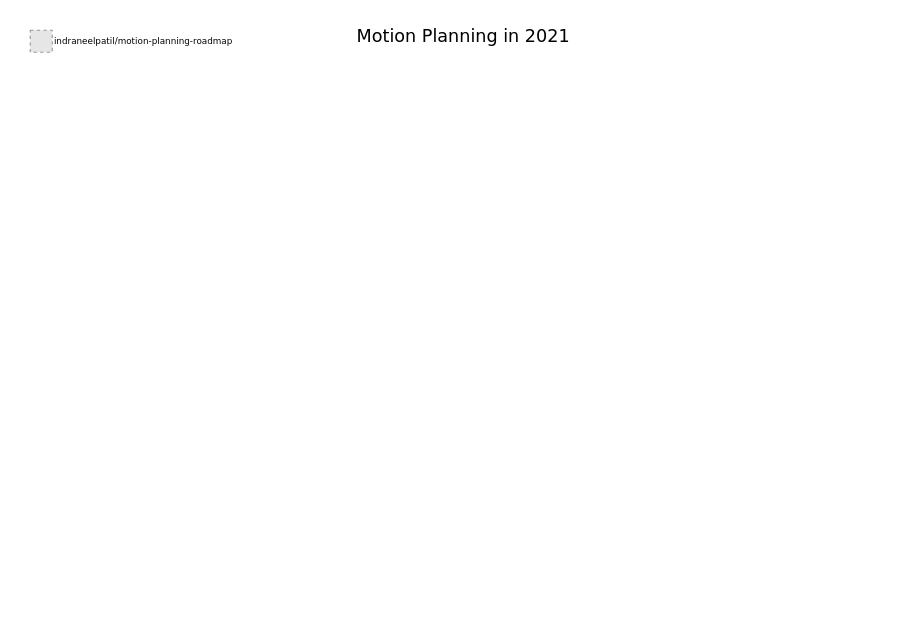
Before: Untitled Diagram.drawio in indraneelpatil/motion-planning-roadmap, a draw.io diagram. Source tidied: cells renumbered, new cells numbered last; positions are measured from the earlier drawing's top-left corner, leaving out a move shared by most shapes. Both pictures are drawn from the tidied source at 110%, with x=0, y=0 at pixel (30, 19). Pictures stored in the file or linked from it are replaced by grey dashed boxes.
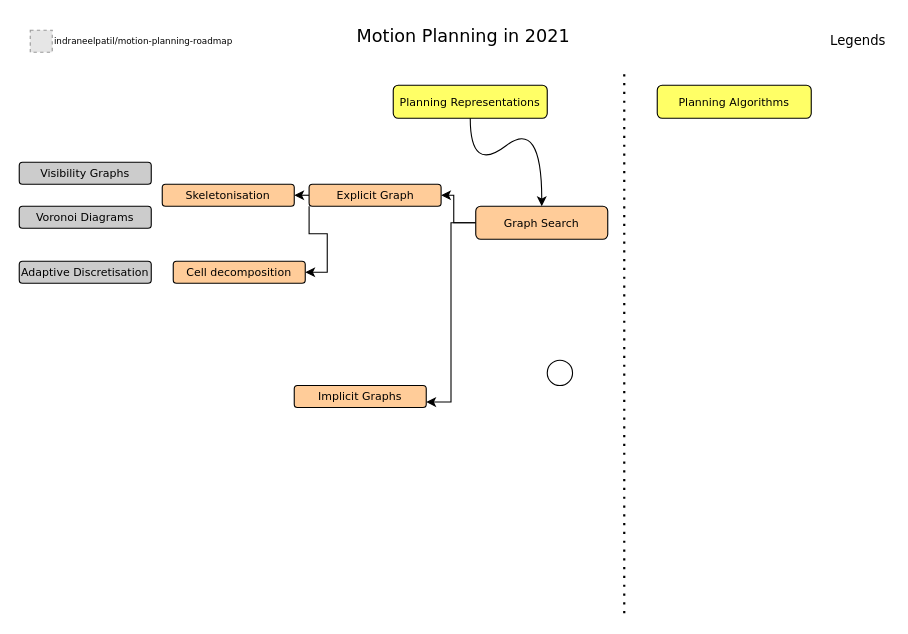
The same page after the edit.

The edit, as a diff of the source:
```diff
@@
+    <mxCell id="5" value="Legends" style="text;html=1;strokeColor=none;fillColor=none;align=right;verticalAlign=middle;whiteSpace=wrap;rounded=0;comic=0;fontFamily=Verdana;fontSize=12;" parent="1" vertex="1">
+      <mxGeometry x="700" y="10" width="80" height="20" as="geometry" />
+    </mxCell>
+    <mxCell id="6" value="Planning Representations" style="rounded=1;whiteSpace=wrap;html=1;comic=0;fontFamily=Verdana;fontSize=10;fillColor=#FFFF66;" parent="1" vertex="1">
+      <mxGeometry x="330" y="60" width="140" height="30" as="geometry" />
+    </mxCell>
+    <mxCell id="7" style="edgeStyle=orthogonalEdgeStyle;rounded=0;jettySize=auto;html=1;" parent="1" edge="1" source="9" target="14">
+      <mxGeometry relative="1" as="geometry" />
+    </mxCell>
+    <mxCell id="8" style="edgeStyle=orthogonalEdgeStyle;rounded=0;jettySize=auto;html=1;entryX=1;entryY=0.75;entryDx=0;entryDy=0;" parent="1" edge="1" source="9" target="15">
+      <mxGeometry relative="1" as="geometry" />
+    </mxCell>
+    <mxCell id="9" value="Graph Search" style="rounded=1;whiteSpace=wrap;html=1;comic=0;fontFamily=Verdana;fontSize=10;fillColor=#FFCC99;" parent="1" vertex="1">
+      <mxGeometry x="405" y="170" width="120" height="30" as="geometry" />
+    </mxCell>
+    <mxCell id="10" value="Visibility Graphs" style="rounded=1;whiteSpace=wrap;html=1;comic=0;fontFamily=Verdana;fontSize=10;fillColor=#CCCCCC;" parent="1" vertex="1">
+      <mxGeometry x="-10" y="130" width="120" height="20" as="geometry" />
+    </mxCell>
+    <mxCell id="11" style="ellipse;whiteSpace=wrap;html=1;rounded=1;comic=0;strokeColor=#000000;fillColor=#FFFFFF;fontFamily=Verdana;fontSize=14;align=center;" parent="1" vertex="1">
+      <mxGeometry x="470" y="310" width="23" height="23" as="geometry" />
+    </mxCell>
+    <mxCell id="12" style="edgeStyle=orthogonalEdgeStyle;rounded=0;jettySize=auto;html=1;exitX=0;exitY=0.5;exitDx=0;exitDy=0;entryX=1;entryY=0.5;entryDx=0;entryDy=0;" parent="1" edge="1" source="14" target="19">
+      <mxGeometry relative="1" as="geometry" />
+    </mxCell>
+    <mxCell id="13" style="edgeStyle=orthogonalEdgeStyle;rounded=0;jettySize=auto;html=1;exitX=0;exitY=1;exitDx=0;exitDy=0;entryX=1;entryY=0.5;entryDx=0;entryDy=0;" parent="1" edge="1" source="14" target="21">
+      <mxGeometry relative="1" as="geometry" />
+    </mxCell>
+    <mxCell id="14" value="Explicit Graph" style="rounded=1;whiteSpace=wrap;html=1;comic=0;fontFamily=Verdana;fontSize=10;fillColor=#FFCC99;" parent="1" vertex="1">
+      <mxGeometry x="253.5" y="150" width="120" height="20" as="geometry" />
+    </mxCell>
+    <mxCell id="15" value="Implicit Graphs" style="rounded=1;whiteSpace=wrap;html=1;comic=0;fontFamily=Verdana;fontSize=10;fillColor=#FFCC99;" parent="1" vertex="1">
+      <mxGeometry x="240" y="333" width="120" height="20" as="geometry" />
+    </mxCell>
+    <mxCell id="16" value="Planning Algorithms" style="rounded=1;whiteSpace=wrap;html=1;comic=0;fontFamily=Verdana;fontSize=10;fillColor=#FFFF66;" parent="1" vertex="1">
+      <mxGeometry x="570" y="60" width="140" height="30" as="geometry" />
+    </mxCell>
+    <mxCell id="17" style="endArrow=none;dashed=1;html=1;dashPattern=1 3;strokeWidth=2;rounded=0;" parent="1" edge="1">
+      <mxGeometry relative="1" as="geometry">
+        <mxPoint x="540" y="540" as="sourcePoint" />
+        <mxPoint x="540" y="50" as="targetPoint" />
+      </mxGeometry>
+    </mxCell>
+    <mxCell id="18" value="Voronoi Diagrams" style="rounded=1;whiteSpace=wrap;html=1;comic=0;fontFamily=Verdana;fontSize=10;fillColor=#CCCCCC;" parent="1" vertex="1">
+      <mxGeometry x="-10" y="170" width="120" height="20" as="geometry" />
+    </mxCell>
+    <mxCell id="19" value="Skeletonisation" style="rounded=1;whiteSpace=wrap;html=1;comic=0;fontFamily=Verdana;fontSize=10;fillColor=#FFCC99;" parent="1" vertex="1">
+      <mxGeometry x="120" y="150" width="120" height="20" as="geometry" />
+    </mxCell>
+    <mxCell id="20" style="curved=1;endArrow=classic;html=1;rounded=0;entryX=0.5;entryY=0;entryDx=0;entryDy=0;exitX=0.5;exitY=1;exitDx=0;exitDy=0;" parent="1" edge="1" source="6" target="9">
+      <mxGeometry relative="1" as="geometry">
+        <Array as="points">
+          <mxPoint x="400" y="140" />
+          <mxPoint x="465" y="90" />
+        </Array>
+      </mxGeometry>
+    </mxCell>
+    <mxCell id="21" value="Cell decomposition" style="rounded=1;whiteSpace=wrap;html=1;comic=0;fontFamily=Verdana;fontSize=10;fillColor=#FFCC99;" parent="1" vertex="1">
+      <mxGeometry x="130" y="220" width="120" height="20" as="geometry" />
+    </mxCell>
+    <mxCell id="22" value="Adaptive Discretisation" style="rounded=1;whiteSpace=wrap;html=1;comic=0;fontFamily=Verdana;fontSize=10;fillColor=#CCCCCC;" parent="1" vertex="1">
+      <mxGeometry x="-10" y="220" width="120" height="20" as="geometry" />
+    </mxCell>
```
